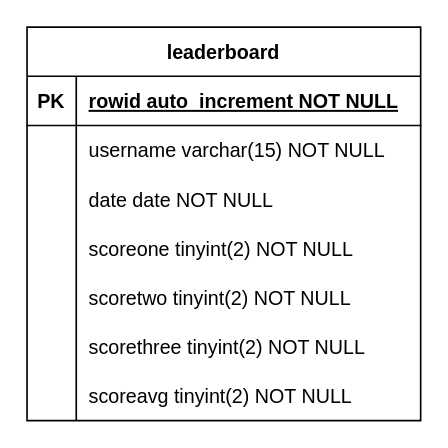
Earlier version of the draw.io diagram evidence/databasePlanning/databasePlanning.drawio (hdert/python-dungeons). Source tidied: cells renumbered, new cells numbered last; positions are measured from the earlier drawing's top-left corner, leaving out a move shared by most shapes. Both pictures are drawn from the tidied source at 164%, with x=0, y=0 at pixel (26, 26).
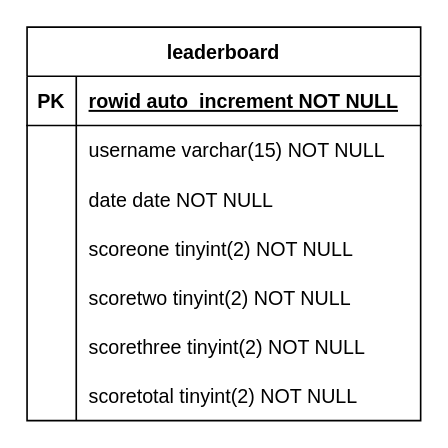
The same page after the edit.

Commit message:
update column name

Unchanged cells that the change refers to:
```xml
<mxCell id="21" style="shape=partialRectangle;fillColor=none;top=0;left=0;bottom=0;right=0;" parent="2" vertex="1">
  <mxGeometry y="210" width="240" height="30" as="geometry" />
</mxCell>
```

Diff of the diagram source:
```diff
@@
-    <mxCell id="23" value="scoreavg tinyint(2) NOT NULL" style="shape=partialRectangle;fillColor=none;top=0;left=0;bottom=0;right=0;align=left;spacingLeft=6;overflow=hidden;" parent="21" vertex="1">
+    <mxCell id="23" value="scoretotal tinyint(2) NOT NULL" style="shape=partialRectangle;fillColor=none;top=0;left=0;bottom=0;right=0;align=left;spacingLeft=6;overflow=hidden;" parent="21" vertex="1">
       <mxGeometry x="30" width="210" height="30" as="geometry" />
     </mxCell>
```
